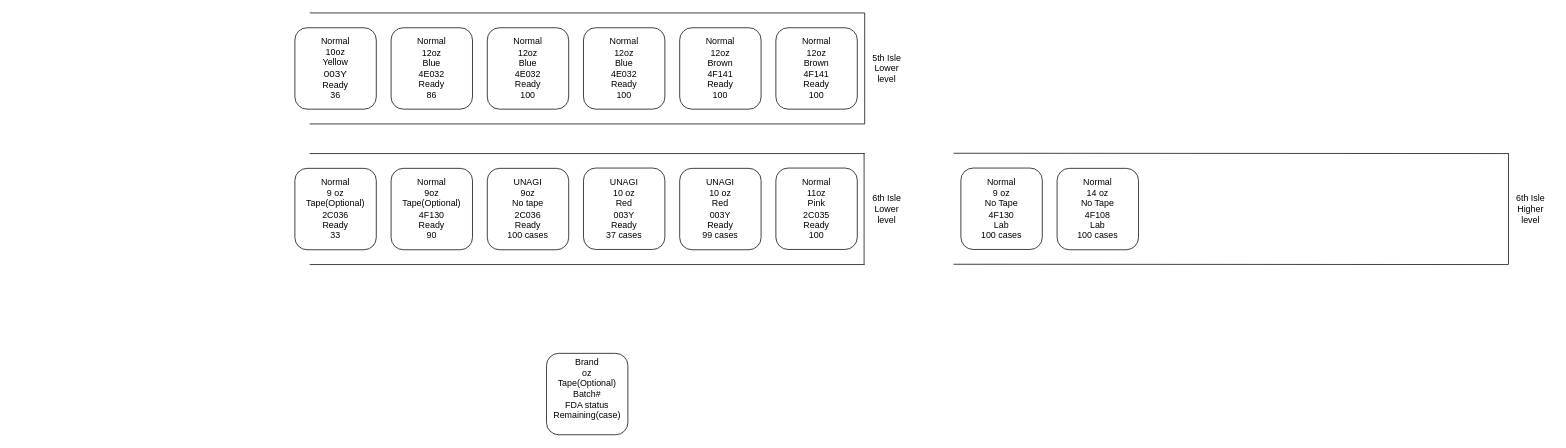
Before: warehouse_layout_tmp/warehouse_layout.drawio in honchingli/Fall2025-Spring2026, a draw.io diagram. Source tidied: cells renumbered, new cells numbered last; positions are measured from the earlier drawing's top-left corner, leaving out a move shared by most shapes. Both pictures are drawn from the tidied source at 74%, with x=0, y=0 at pixel (295, 13).
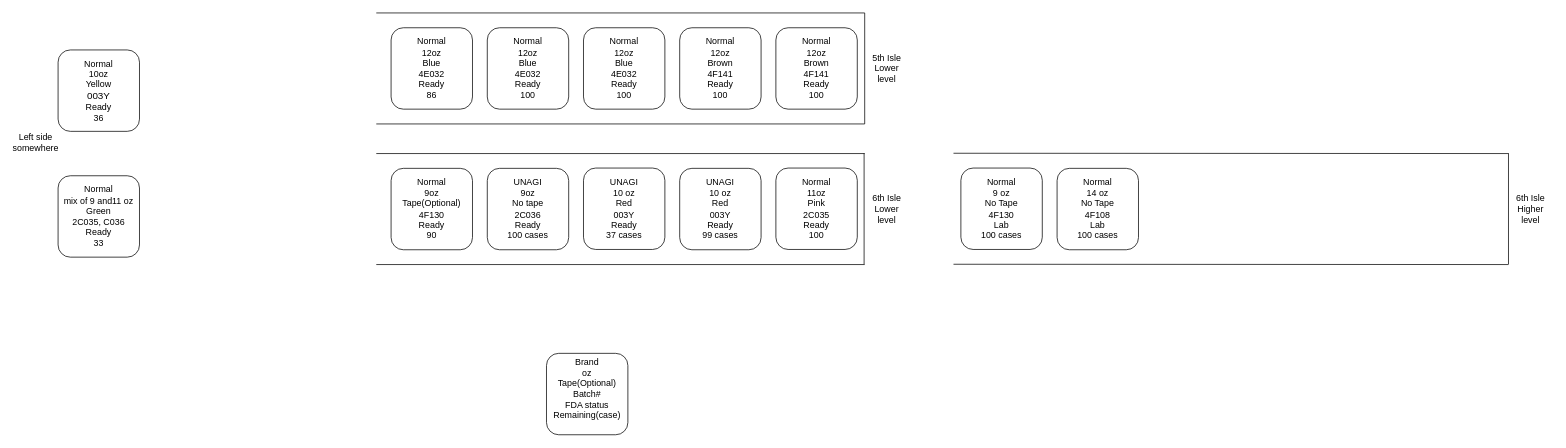
After the change.

What changed in the source:
```diff
@@
     <mxCell id="2" style="endArrow=none;html=1;rounded=0;" parent="1" edge="1">
       <mxGeometry relative="1" as="geometry">
-        <mxPoint x="20" y="190" as="sourcePoint" />
+        <mxPoint x="110" y="190" as="sourcePoint" />
         <mxPoint x="770" y="190" as="targetPoint" />
       </mxGeometry>
     </mxCell>
     <mxCell id="3" style="endArrow=none;html=1;rounded=0;" parent="1" edge="1">
       <mxGeometry relative="1" as="geometry">
-        <mxPoint x="20" y="340" as="sourcePoint" />
+        <mxPoint x="110" y="340" as="sourcePoint" />
         <mxPoint x="770" y="340" as="targetPoint" />
       </mxGeometry>
     </mxCell>
@@
-    <mxCell id="9" value="Normal&lt;div&gt;9 oz&lt;/div&gt;&lt;div&gt;Tape(Optional)&lt;/div&gt;&lt;div&gt;&lt;span style=&quot;background-color: transparent;&quot;&gt;2C036&lt;/span&gt;&lt;/div&gt;&lt;div&gt;&lt;span style=&quot;background-color: transparent; color: light-dark(rgb(0, 0, 0), rgb(255, 255, 255));&quot;&gt;Ready&lt;/span&gt;&lt;/div&gt;&lt;div&gt;33&lt;/div&gt;" style="rounded=1;whiteSpace=wrap;html=1;" parent="1" vertex="1">
-      <mxGeometry y="210" width="110" height="110" as="geometry" />
+    <mxCell id="9" value="Normal&lt;div&gt;mix of 9 and11 oz&lt;/div&gt;&lt;div&gt;&lt;span style=&quot;background-color: transparent; color: light-dark(rgb(0, 0, 0), rgb(255, 255, 255));&quot;&gt;Green&lt;/span&gt;&lt;/div&gt;&lt;div&gt;&lt;span style=&quot;background-color: transparent; color: light-dark(rgb(0, 0, 0), rgb(255, 255, 255));&quot;&gt;2C035, C036&lt;/span&gt;&lt;/div&gt;&lt;div&gt;&lt;span style=&quot;background-color: transparent; color: light-dark(rgb(0, 0, 0), rgb(255, 255, 255));&quot;&gt;Ready&lt;/span&gt;&lt;/div&gt;&lt;div&gt;33&lt;/div&gt;" style="rounded=1;whiteSpace=wrap;html=1;" parent="1" vertex="1">
+      <mxGeometry x="-320" y="220" width="110" height="110" as="geometry" />
     </mxCell>
@@
     <mxCell id="16" style="endArrow=none;html=1;rounded=0;" parent="1" edge="1">
       <mxGeometry relative="1" as="geometry">
-        <mxPoint x="20" as="sourcePoint" />
+        <mxPoint x="110" as="sourcePoint" />
         <mxPoint x="770" as="targetPoint" />
       </mxGeometry>
     </mxCell>
     <mxCell id="17" style="endArrow=none;html=1;rounded=0;" parent="1" edge="1">
       <mxGeometry relative="1" as="geometry">
-        <mxPoint x="20" y="150" as="sourcePoint" />
+        <mxPoint x="110" y="150" as="sourcePoint" />
         <mxPoint x="770" y="150" as="targetPoint" />
       </mxGeometry>
     </mxCell>
@@
     <mxCell id="19" value="&lt;div&gt;Normal&lt;/div&gt;&lt;div&gt;10oz&lt;/div&gt;&lt;div&gt;&lt;span style=&quot;background-color: transparent; color: light-dark(rgb(0, 0, 0), rgb(255, 255, 255));&quot;&gt;Yellow&lt;/span&gt;&lt;/div&gt;&lt;div&gt;&lt;span style=&quot;font-family: Arial; font-size: 10pt; text-align: start; background-color: transparent; color: light-dark(rgb(0, 0, 0), rgb(255, 255, 255));&quot;&gt;003Y&lt;/span&gt;&lt;/div&gt;&lt;div&gt;&lt;span style=&quot;background-color: transparent; color: light-dark(rgb(0, 0, 0), rgb(255, 255, 255));&quot;&gt;Ready&lt;/span&gt;&lt;/div&gt;&lt;div&gt;36&lt;/div&gt;" style="rounded=1;whiteSpace=wrap;html=1;" parent="1" vertex="1">
-      <mxGeometry y="20" width="110" height="110" as="geometry" />
+      <mxGeometry x="-320" y="50" width="110" height="110" as="geometry" />
     </mxCell>
@@
+    <mxCell id="29" value="Left side somewhere" style="text;html=1;whiteSpace=wrap;strokeColor=none;fillColor=none;align=center;verticalAlign=middle;rounded=0;" parent="1" vertex="1">
+      <mxGeometry x="-380" y="160" width="60" height="30" as="geometry" />
+    </mxCell>
```
